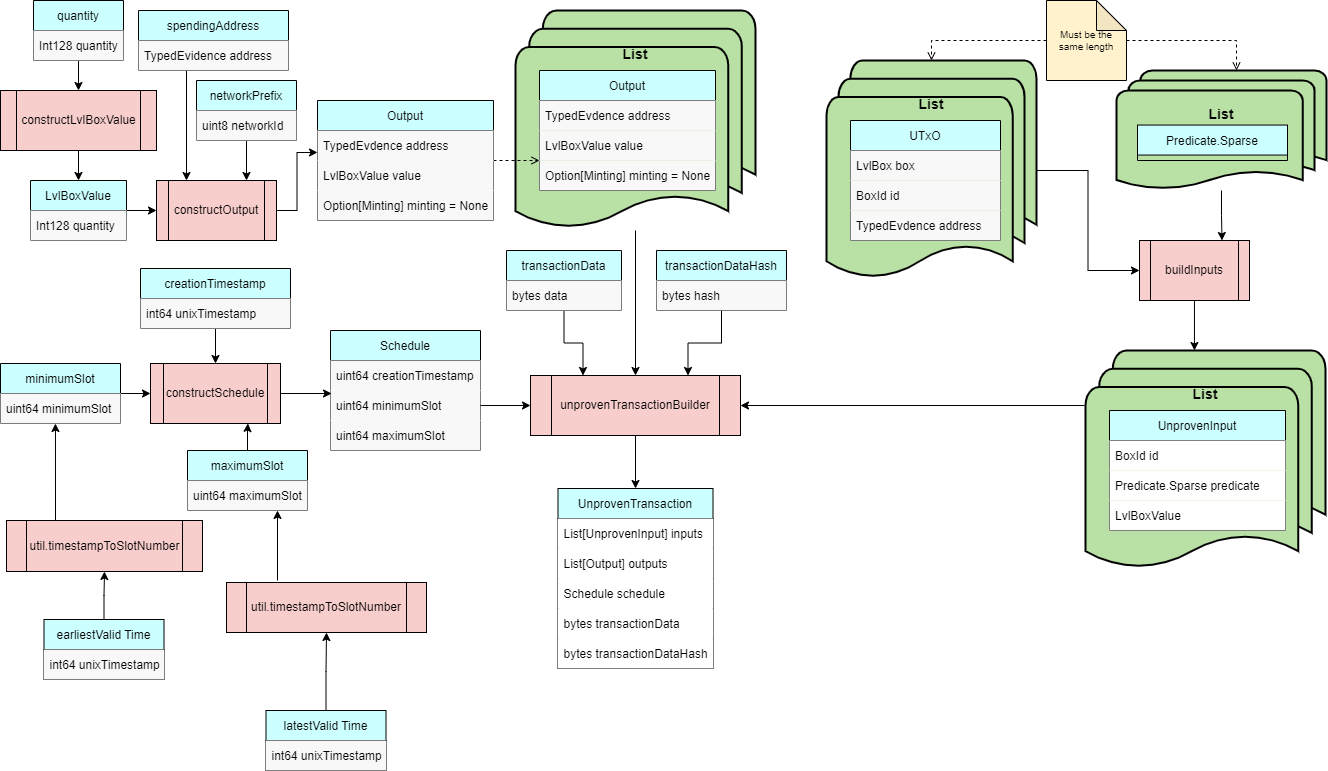
Topl/BramblSc-docs keeps this draw.io diagram as docs/Modules/NativeTransactor/transaction_builder.drawio.png. Above is the earlier version. Source tidied: cells renumbered, new cells last; positions are measured from the earlier drawing's top-left corner, leaving out a move shared by most shapes.
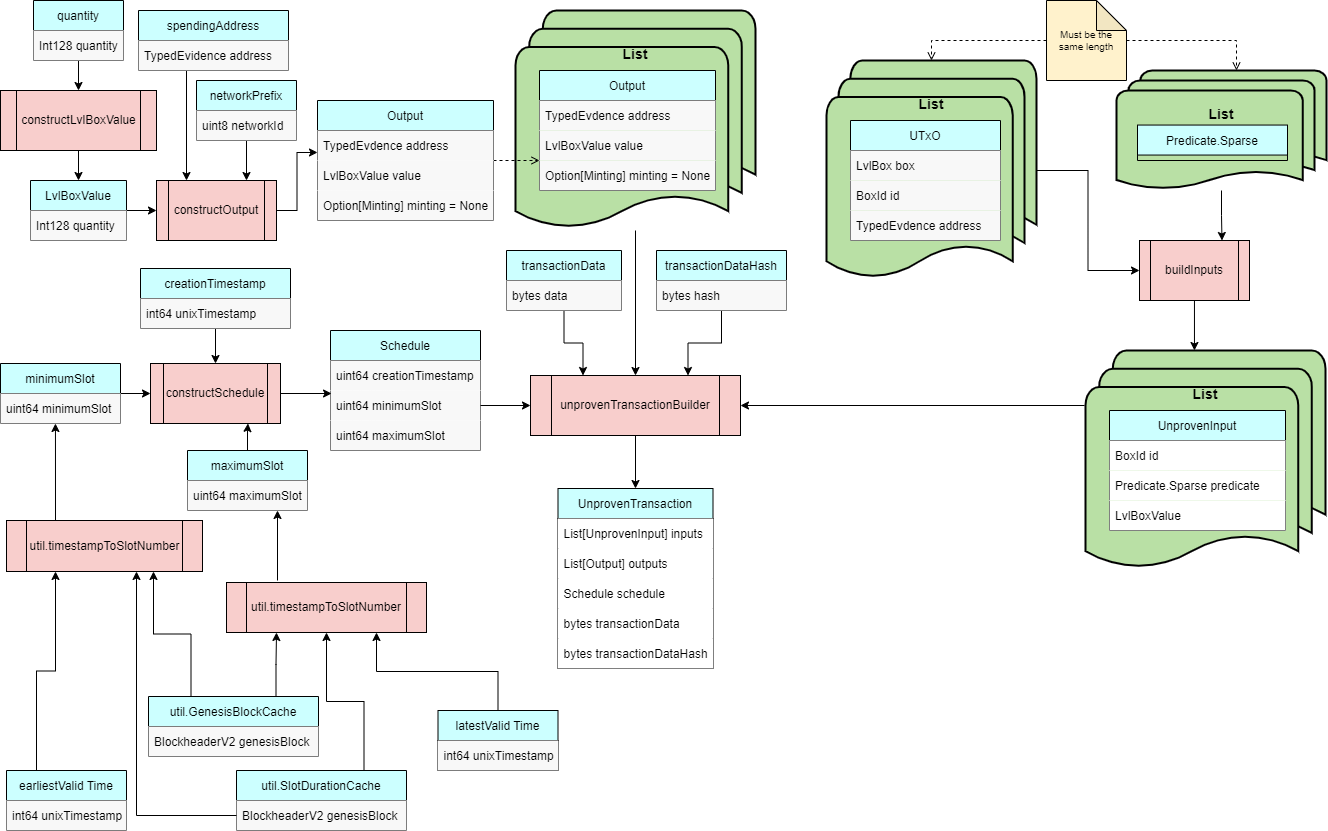
After the commit.

Change to the diagram source:
```diff
@@ -251,7 +251,7 @@
       <mxGeometry y="150" width="155" height="30" as="geometry" />
     </mxCell>
     <mxCell id="83" value="latestValid Time" style="swimlane;fontStyle=0;horizontal=1;startSize=30;fillColor=#CCFFFF;" parent="1" vertex="1">
-      <mxGeometry x="265.5" y="710" width="120" height="60" as="geometry" />
+      <mxGeometry x="437.5" y="710" width="120" height="60" as="geometry" />
     </mxCell>
     <mxCell id="84" value="int64 unixTimestamp" style="text;strokeColor=none;fillColor=#F8F8F8;align=left;verticalAlign=middle;spacingLeft=4;spacingRight=4;overflow=hidden;" parent="83" vertex="1">
       <mxGeometry y="30" width="120" height="30" as="geometry" />
@@ -264,7 +264,7 @@
     <mxCell id="86" value="util.timestampToSlotNumber" style="shape=process;whiteSpace=wrap;html=1;backgroundOutline=1;fillColor=#F8CECC;" parent="1" vertex="1">
       <mxGeometry x="226" y="582" width="200" height="50" as="geometry" />
     </mxCell>
-    <mxCell id="87" style="edgeStyle=orthogonalEdgeStyle;rounded=0;jettySize=auto;html=1;fontSize=18;endArrow=classic;endFill=1;exitX=0.5;exitY=0;exitDx=0;exitDy=0;entryX=0.5;entryY=1;entryDx=0;entryDy=0;" parent="1" edge="1" source="83" target="86">
+    <mxCell id="87" style="edgeStyle=orthogonalEdgeStyle;rounded=0;jettySize=auto;html=1;fontSize=18;endArrow=classic;endFill=1;exitX=0.5;exitY=0;exitDx=0;exitDy=0;entryX=0.75;entryY=1;entryDx=0;entryDy=0;" parent="1" edge="1" source="83" target="86">
       <mxGeometry relative="1" as="geometry" />
     </mxCell>
     <mxCell id="88" style="edgeStyle=orthogonalEdgeStyle;rounded=0;jettySize=auto;html=1;entryX=0.458;entryY=1;entryDx=0;entryDy=0;entryPerimeter=0;fontSize=18;endArrow=classic;endFill=1;exitX=0.25;exitY=0;exitDx=0;exitDy=0;" parent="1" edge="1" source="89" target="16">
@@ -273,14 +273,47 @@
     <mxCell id="89" value="util.timestampToSlotNumber" style="shape=process;whiteSpace=wrap;html=1;backgroundOutline=1;fillColor=#F8CECC;" parent="1" vertex="1">
       <mxGeometry x="6" y="520" width="196" height="51" as="geometry" />
     </mxCell>
-    <mxCell id="90" style="edgeStyle=orthogonalEdgeStyle;rounded=0;jettySize=auto;html=1;fontSize=18;endArrow=classic;endFill=1;" parent="1" edge="1" source="91" target="89">
+    <mxCell id="90" style="edgeStyle=orthogonalEdgeStyle;rounded=0;jettySize=auto;html=1;fontSize=18;endArrow=classic;endFill=1;entryX=0.25;entryY=1;entryDx=0;entryDy=0;exitX=0.25;exitY=0;exitDx=0;exitDy=0;" parent="1" edge="1" source="91" target="89">
       <mxGeometry relative="1" as="geometry" />
     </mxCell>
     <mxCell id="91" value="earliestValid Time" style="swimlane;fontStyle=0;horizontal=1;startSize=30;fillColor=#CCFFFF;" parent="1" vertex="1">
-      <mxGeometry x="43.5" y="619" width="120" height="60" as="geometry" />
+      <mxGeometry x="6" y="770" width="120" height="60" as="geometry" />
     </mxCell>
     <mxCell id="92" value="int64 unixTimestamp" style="text;strokeColor=none;fillColor=#F8F8F8;align=left;verticalAlign=middle;spacingLeft=4;spacingRight=4;overflow=hidden;" parent="91" vertex="1">
       <mxGeometry y="30" width="120" height="30" as="geometry" />
     </mxCell>
+    <mxCell id="93" style="edgeStyle=orthogonalEdgeStyle;rounded=0;jettySize=auto;html=1;entryX=0.25;entryY=1;entryDx=0;entryDy=0;exitX=0.75;exitY=0;exitDx=0;exitDy=0;" parent="1" edge="1" source="95" target="86">
+      <mxGeometry relative="1" as="geometry" />
+    </mxCell>
+    <mxCell id="94" style="edgeStyle=orthogonalEdgeStyle;rounded=0;jettySize=auto;html=1;entryX=0.75;entryY=1;entryDx=0;entryDy=0;exitX=0.25;exitY=0;exitDx=0;exitDy=0;" parent="1" edge="1" source="95" target="89">
+      <mxGeometry relative="1" as="geometry" />
+    </mxCell>
+    <mxCell id="95" value="util.GenesisBlockCache" style="swimlane;fontStyle=0;horizontal=1;startSize=30;fillColor=#CCFFFF;" parent="1" vertex="1">
+      <mxGeometry x="148" y="696" width="170" height="60" as="geometry" />
+    </mxCell>
+    <mxCell id="96" value="BlockheaderV2 genesisBlock" style="text;strokeColor=none;fillColor=#F8F8F8;align=left;verticalAlign=middle;spacingLeft=4;spacingRight=4;overflow=hidden;" parent="95" vertex="1">
+      <mxGeometry y="30" width="170" height="30" as="geometry" />
+    </mxCell>
+    <mxCell id="97" style="edgeStyle=orthogonalEdgeStyle;rounded=0;jettySize=auto;html=1;entryX=0.5;entryY=1;entryDx=0;entryDy=0;exitX=0.75;exitY=0;exitDx=0;exitDy=0;" parent="1" edge="1" source="98" target="86">
+      <mxGeometry relative="1" as="geometry">
+        <Array as="points">
+          <mxPoint x="364" y="701" />
+          <mxPoint x="326" y="701" />
+        </Array>
+      </mxGeometry>
+    </mxCell>
+    <mxCell id="98" value="util.SlotDurationCache" style="swimlane;fontStyle=0;horizontal=1;startSize=30;fillColor=#CCFFFF;" parent="1" vertex="1">
+      <mxGeometry x="236" y="770" width="170" height="60" as="geometry" />
+    </mxCell>
+    <mxCell id="99" value="BlockheaderV2 genesisBlock" style="text;strokeColor=none;fillColor=#F8F8F8;align=left;verticalAlign=middle;spacingLeft=4;spacingRight=4;overflow=hidden;points=[[0,0.5],[1,0.5]];portConstraint=eastwest;" parent="98" vertex="1">
+      <mxGeometry y="30" width="170" height="30" as="geometry" />
+    </mxCell>
+    <mxCell id="100" style="edgeStyle=orthogonalEdgeStyle;rounded=0;jettySize=auto;html=1;" parent="1" edge="1" source="99" target="89">
+      <mxGeometry relative="1" as="geometry">
+        <Array as="points">
+          <mxPoint x="136" y="815" />
+        </Array>
+      </mxGeometry>
+    </mxCell>
   </root>
 </mxGraphModel>
```
